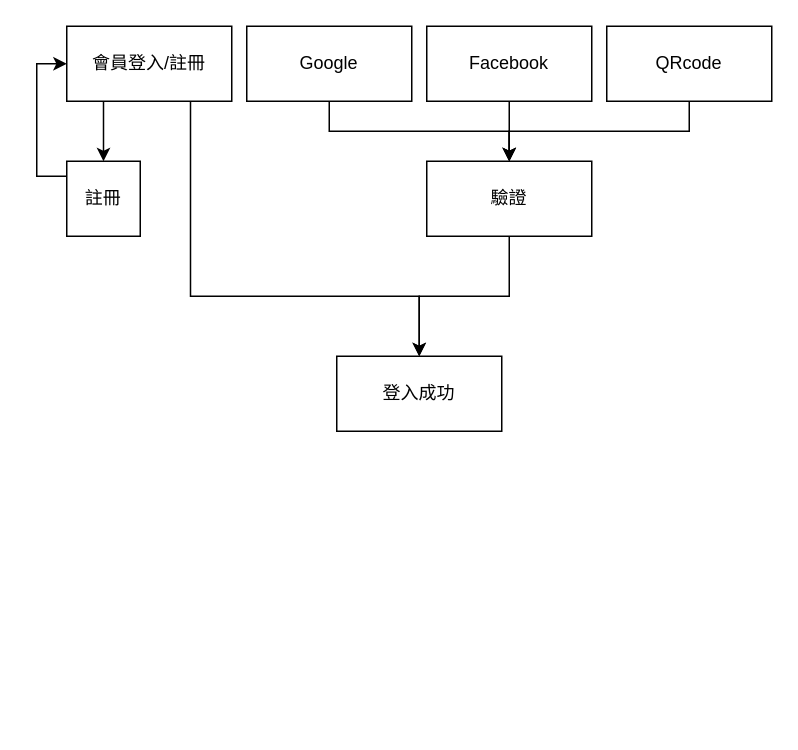
Earlier version of the draw.io diagram page "介面流程" (2 of 2) of 訂位系統.drawio (Josh1216/draw.io_test). Source tidied: cells renumbered, new cells numbered last; positions are measured from the earlier drawing's top-left corner, leaving out a move shared by most shapes. Both pictures are drawn from the tidied source at 150%, with x=0, y=0 at pixel (36, 26).
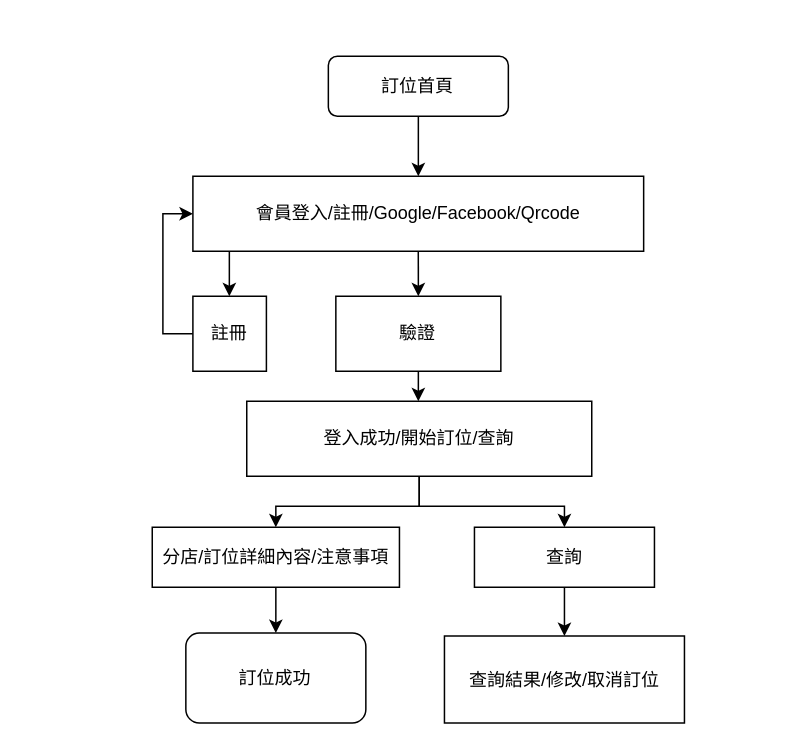
The same diagram, later.

Diff of the diagram source:
```diff
@@
+    <mxCell id="16" style="edgeStyle=orthogonalEdgeStyle;rounded=0;jettySize=auto;html=1;exitX=0.5;exitY=1;exitDx=0;exitDy=0;" parent="1" edge="1" source="4" target="12">
+      <mxGeometry relative="1" as="geometry" />
+    </mxCell>
-    <mxCell id="2" style="edgeStyle=orthogonalEdgeStyle;rounded=0;jettySize=auto;html=1;entryX=0.5;entryY=0;entryDx=0;entryDy=0;" parent="1" edge="1" source="4" target="14">
+    <mxCell id="2" style="edgeStyle=orthogonalEdgeStyle;rounded=0;jettySize=auto;html=1;exitX=0.25;exitY=1;exitDx=0;exitDy=0;" parent="1" edge="1" source="4" target="14">
       <mxGeometry relative="1" as="geometry">
         <Array as="points">
-          <mxPoint x="45" y="70" />
+          <mxPoint x="128.4" y="150" />
         </Array>
       </mxGeometry>
     </mxCell>
-    <mxCell id="3" style="edgeStyle=orthogonalEdgeStyle;rounded=0;jettySize=auto;html=1;exitX=0.75;exitY=1;exitDx=0;exitDy=0;entryX=0.5;entryY=0;entryDx=0;entryDy=0;" parent="1" edge="1" source="4" target="15">
-      <mxGeometry relative="1" as="geometry">
-        <Array as="points">
-          <mxPoint x="103" y="180" />
-          <mxPoint x="255" y="180" />
-        </Array>
-      </mxGeometry>
-    </mxCell>
-    <mxCell id="4" value="會員登入/註冊" style="rounded=0;whiteSpace=wrap;html=1;" parent="1" vertex="1">
-      <mxGeometry x="20" width="110" height="50" as="geometry" />
+    <mxCell id="4" value="會員登入/註冊/Google/Facebook/Qrcode" style="rounded=0;whiteSpace=wrap;html=1;" parent="1" vertex="1">
+      <mxGeometry x="104.1" y="100" width="300.5" height="50" as="geometry" />
     </mxCell>
-    <mxCell id="5" style="edgeStyle=orthogonalEdgeStyle;rounded=0;jettySize=auto;html=1;entryX=0.5;entryY=0;entryDx=0;entryDy=0;" parent="1" edge="1" source="6" target="12">
-      <mxGeometry relative="1" as="geometry" />
-    </mxCell>
-    <mxCell id="6" value="Facebook" style="rounded=0;whiteSpace=wrap;html=1;" parent="1" vertex="1">
-      <mxGeometry x="260" width="110" height="50" as="geometry" />
-    </mxCell>
-    <mxCell id="7" style="edgeStyle=orthogonalEdgeStyle;rounded=0;jettySize=auto;html=1;exitX=0.5;exitY=1;exitDx=0;exitDy=0;entryX=0.5;entryY=0;entryDx=0;entryDy=0;" parent="1" edge="1" source="8" target="12">
-      <mxGeometry relative="1" as="geometry" />
-    </mxCell>
-    <mxCell id="8" value="Google" style="rounded=0;whiteSpace=wrap;html=1;" parent="1" vertex="1">
-      <mxGeometry x="140" width="110" height="50" as="geometry" />
-    </mxCell>
-    <mxCell id="9" style="edgeStyle=orthogonalEdgeStyle;rounded=0;jettySize=auto;html=1;exitX=0.5;exitY=1;exitDx=0;exitDy=0;entryX=0.5;entryY=0;entryDx=0;entryDy=0;" parent="1" edge="1" source="10" target="12">
-      <mxGeometry relative="1" as="geometry" />
-    </mxCell>
-    <mxCell id="10" value="QRcode" style="rounded=0;whiteSpace=wrap;html=1;" parent="1" vertex="1">
-      <mxGeometry x="380" width="110" height="50" as="geometry" />
-    </mxCell>
@@
     <mxCell id="12" value="驗證" style="rounded=0;whiteSpace=wrap;html=1;" parent="1" vertex="1">
-      <mxGeometry x="260" y="90" width="110" height="50" as="geometry" />
+      <mxGeometry x="199.4" y="180" width="110" height="50" as="geometry" />
     </mxCell>
-    <mxCell id="13" style="edgeStyle=orthogonalEdgeStyle;rounded=0;jettySize=auto;html=1;entryX=0;entryY=0.5;entryDx=0;entryDy=0;" parent="1" edge="1" source="14" target="4">
-      <mxGeometry relative="1" as="geometry">
-        <Array as="points">
-          <mxPoint y="100" />
-          <mxPoint y="25" />
-        </Array>
-      </mxGeometry>
+    <mxCell id="13" style="edgeStyle=orthogonalEdgeStyle;rounded=0;jettySize=auto;html=1;exitX=0;exitY=0.5;exitDx=0;exitDy=0;entryX=0;entryY=0.5;entryDx=0;entryDy=0;" parent="1" edge="1" source="14" target="4">
+      <mxGeometry relative="1" as="geometry" />
     </mxCell>
     <mxCell id="14" value="註冊" style="rounded=0;whiteSpace=wrap;html=1;" parent="1" vertex="1">
-      <mxGeometry x="20" y="90" width="49" height="50" as="geometry" />
+      <mxGeometry x="104.1" y="180" width="49" height="50" as="geometry" />
     </mxCell>
+    <mxCell id="17" style="edgeStyle=orthogonalEdgeStyle;rounded=0;jettySize=auto;html=1;exitX=0.5;exitY=1;exitDx=0;exitDy=0;" parent="1" edge="1" source="15" target="26">
+      <mxGeometry relative="1" as="geometry">
+        <Array as="points">
+          <mxPoint x="254.4" y="320" />
+          <mxPoint x="159.4" y="320" />
+        </Array>
+      </mxGeometry>
+    </mxCell>
+    <mxCell id="18" style="edgeStyle=orthogonalEdgeStyle;rounded=0;jettySize=auto;html=1;exitX=0.5;exitY=1;exitDx=0;exitDy=0;" parent="1" edge="1" source="15" target="23">
+      <mxGeometry relative="1" as="geometry" />
+    </mxCell>
-    <mxCell id="15" value="登入成功" style="rounded=0;whiteSpace=wrap;html=1;" parent="1" vertex="1">
-      <mxGeometry x="200" y="220" width="110" height="50" as="geometry" />
+    <mxCell id="15" value="登入成功/開始訂位/查詢" style="rounded=0;whiteSpace=wrap;html=1;" parent="1" vertex="1">
+      <mxGeometry x="140" y="250" width="230" height="50" as="geometry" />
     </mxCell>
+    <mxCell id="19" style="edgeStyle=orthogonalEdgeStyle;rounded=0;jettySize=auto;html=1;exitX=0.5;exitY=1;exitDx=0;exitDy=0;" parent="1" edge="1" source="20" target="4">
+      <mxGeometry relative="1" as="geometry" />
+    </mxCell>
+    <mxCell id="20" value="訂位首頁" style="rounded=1;whiteSpace=wrap;html=1;" parent="1" vertex="1">
+      <mxGeometry x="194.4" y="20" width="120" height="40" as="geometry" />
+    </mxCell>
+    <mxCell id="21" value="訂位成功" style="rounded=1;whiteSpace=wrap;html=1;" parent="1" vertex="1">
+      <mxGeometry x="99.4" y="404.5" width="120" height="60" as="geometry" />
+    </mxCell>
+    <mxCell id="22" style="edgeStyle=orthogonalEdgeStyle;rounded=0;jettySize=auto;html=1;" parent="1" edge="1" source="23" target="24">
+      <mxGeometry relative="1" as="geometry" />
+    </mxCell>
+    <mxCell id="23" value="查詢" style="rounded=0;whiteSpace=wrap;html=1;" parent="1" vertex="1">
+      <mxGeometry x="291.8" y="334" width="120" height="40" as="geometry" />
+    </mxCell>
+    <mxCell id="24" value="查詢結果/修改/取消訂位" style="rounded=0;whiteSpace=wrap;html=1;" parent="1" vertex="1">
+      <mxGeometry x="271.8" y="406.5" width="160" height="58" as="geometry" />
+    </mxCell>
+    <mxCell id="25" style="edgeStyle=orthogonalEdgeStyle;rounded=0;jettySize=auto;html=1;exitX=0.5;exitY=1;exitDx=0;exitDy=0;" parent="1" edge="1" source="26" target="21">
+      <mxGeometry relative="1" as="geometry" />
+    </mxCell>
+    <mxCell id="26" value="分店/訂位詳細內容/注意事項" style="rounded=0;whiteSpace=wrap;html=1;" parent="1" vertex="1">
+      <mxGeometry x="77" y="334" width="164.8" height="40" as="geometry" />
+    </mxCell>
```
